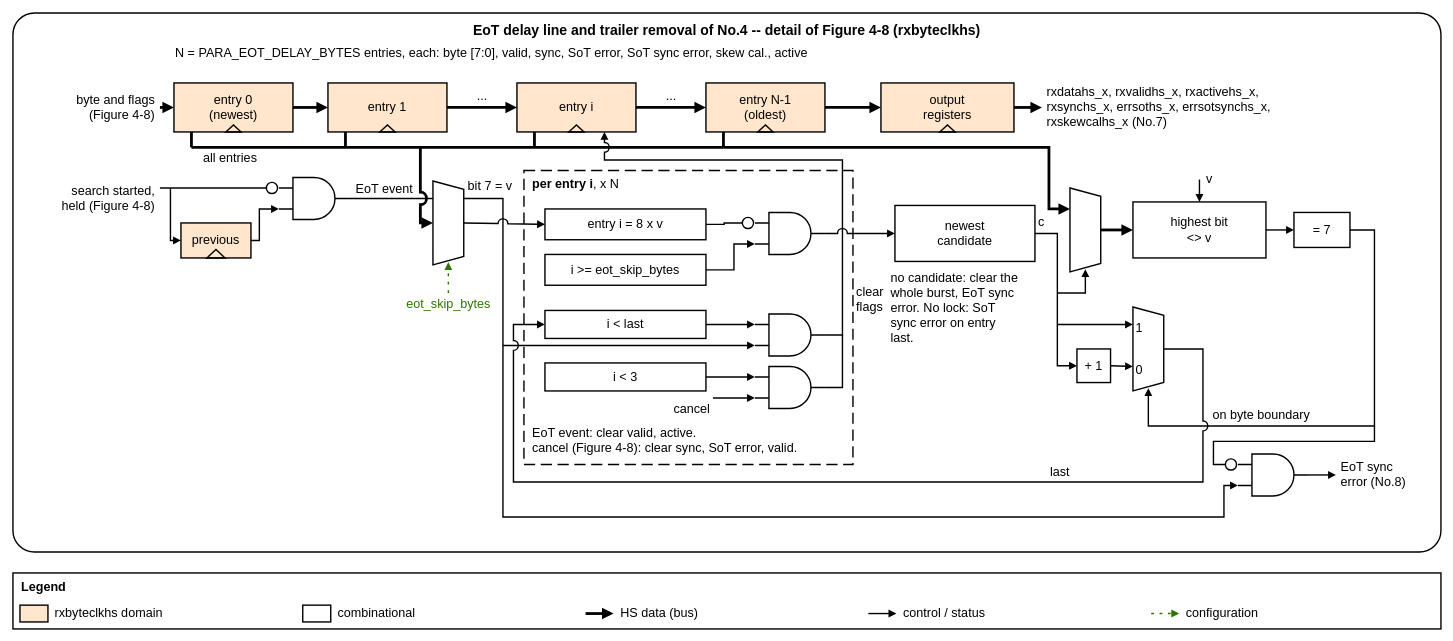
ftel-cdc/fu3_dphy keeps this draw.io diagram as 22fdx/rx/digital/doc/figures/ftel_dphy_rx_eot.drawio. Above is the earlier version. Source tidied: cells renumbered, new cells numbered last; positions are measured from the earlier drawing's top-left corner, leaving out a move shared by most shapes. Both pictures are drawn from the tidied source at 70%, with x=0, y=0 at pixel (13, 13).
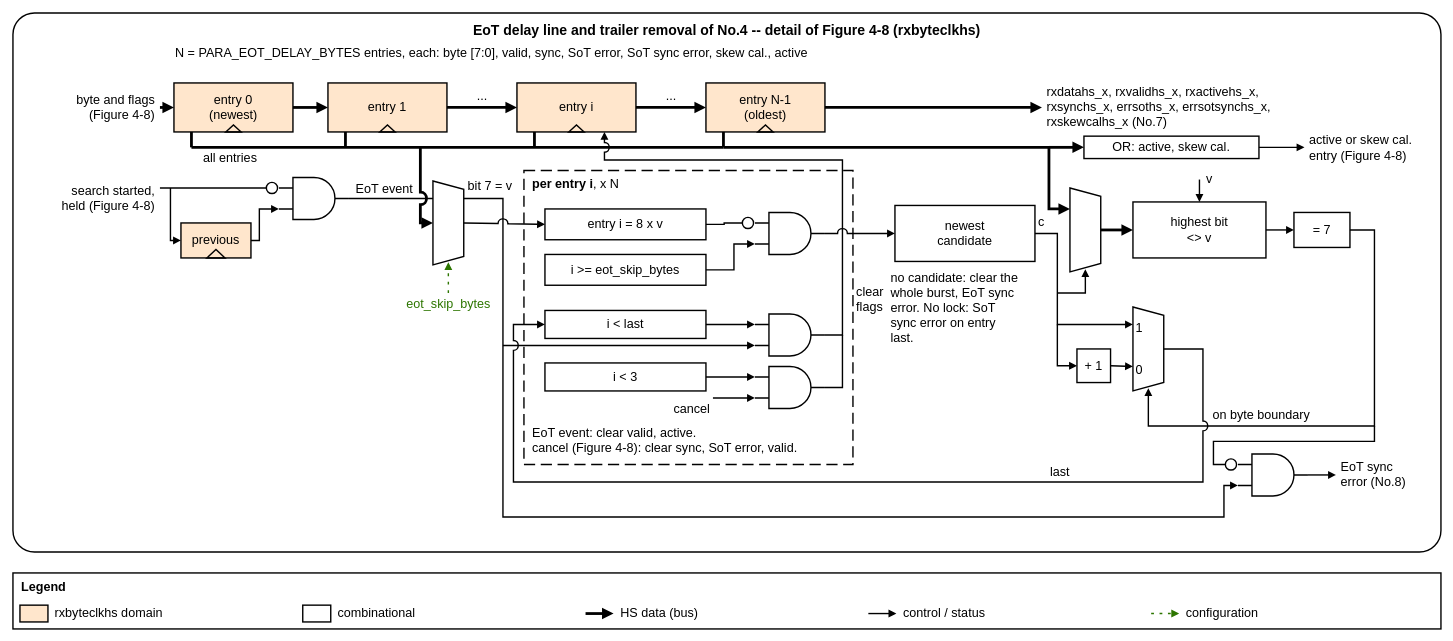
Above is the later version.

Diff of the diagram source:
```diff
@@
-    <mxCell id="23" value="output&lt;br&gt;registers" style="rounded=0;whiteSpace=wrap;html=1;fontSize=18;strokeWidth=2;fillColor=#FFE6CC;align=center;verticalAlign=middle;spacing=4;" parent="1" vertex="1">
-      <mxGeometry x="1240" y="100" width="190" height="70" as="geometry" />
-    </mxCell>
-    <mxCell id="24" style="triangle;whiteSpace=wrap;html=1;rotation=-90;strokeWidth=2;fillColor=none;" parent="1" vertex="1">
-      <mxGeometry x="1330" y="154" width="10" height="22" as="geometry" />
-    </mxCell>
-    <mxCell id="25" style="endArrow=block;endFill=1;html=1;fontSize=18;edgeStyle=orthogonalEdgeStyle;rounded=0;jumpStyle=arc;jumpSize=12;labelBackgroundColor=#FFFFFF;strokeWidth=4;edgeStyle=none;" parent="1" edge="1">
-      <mxGeometry relative="1" as="geometry">
-        <mxPoint x="1160" y="135" as="sourcePoint" />
-        <mxPoint x="1240" y="135" as="targetPoint" />
-      </mxGeometry>
-    </mxCell>
     <mxCell id="26" style="endArrow=block;endFill=1;html=1;fontSize=18;edgeStyle=orthogonalEdgeStyle;rounded=0;jumpStyle=arc;jumpSize=12;labelBackgroundColor=#FFFFFF;strokeWidth=4;edgeStyle=none;" parent="1" edge="1">
       <mxGeometry relative="1" as="geometry">
-        <mxPoint x="1430" y="135" as="sourcePoint" />
+        <mxPoint x="1160" y="135" as="sourcePoint" />
         <mxPoint x="1470" y="135" as="targetPoint" />
       </mxGeometry>
     </mxCell>
@@
+    <mxCell id="105" style="endArrow=block;endFill=1;html=1;fontSize=18;edgeStyle=orthogonalEdgeStyle;rounded=0;jumpStyle=arc;jumpSize=12;labelBackgroundColor=#FFFFFF;strokeWidth=4;edgeStyle=none;" parent="1" edge="1">
+      <mxGeometry relative="1" as="geometry">
+        <mxPoint x="1480" y="192" as="sourcePoint" />
+        <mxPoint x="1530" y="192" as="targetPoint" />
+      </mxGeometry>
+    </mxCell>
+    <mxCell id="106" value="OR: active, skew cal." style="rounded=0;whiteSpace=wrap;html=1;fontSize=18;strokeWidth=2;fillColor=#FFFFFF;align=center;verticalAlign=middle;spacing=4;" parent="1" vertex="1">
+      <mxGeometry x="1530" y="176" width="250" height="32" as="geometry" />
+    </mxCell>
+    <mxCell id="107" style="endArrow=block;endFill=1;html=1;fontSize=18;edgeStyle=orthogonalEdgeStyle;rounded=0;jumpStyle=arc;jumpSize=12;labelBackgroundColor=#FFFFFF;strokeWidth=2;edgeStyle=none;" parent="1" edge="1">
+      <mxGeometry relative="1" as="geometry">
+        <mxPoint x="1780" y="192" as="sourcePoint" />
+        <mxPoint x="1845" y="192" as="targetPoint" />
+      </mxGeometry>
+    </mxCell>
+    <mxCell id="108" value="active or skew cal.&lt;br&gt;entry (Figure 4-8)" style="text;html=1;whiteSpace=wrap;fontSize=18;align=left;verticalAlign=middle;strokeColor=none;fillColor=none;spacing=2;" parent="1" vertex="1">
+      <mxGeometry x="1850" y="168" width="185" height="50" as="geometry" />
+    </mxCell>
```
